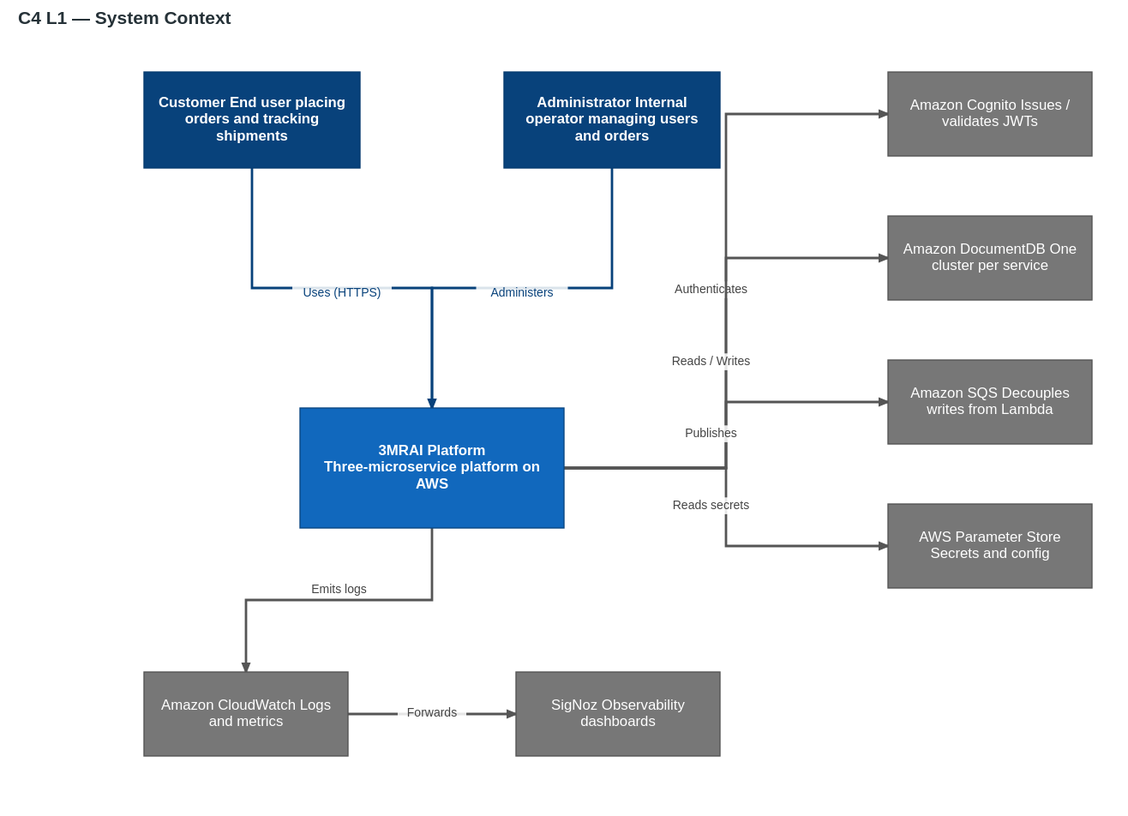
Earlier version of the draw.io export docs/00-overview/diagrams/system-context-l1.drawio.svg (je-martinez/3-microservices-running-on-aws-infrastructure). Source tidied: cells renumbered, new cells last; positions are measured from the earlier drawing's top-left corner, leaving out a move shared by most shapes.
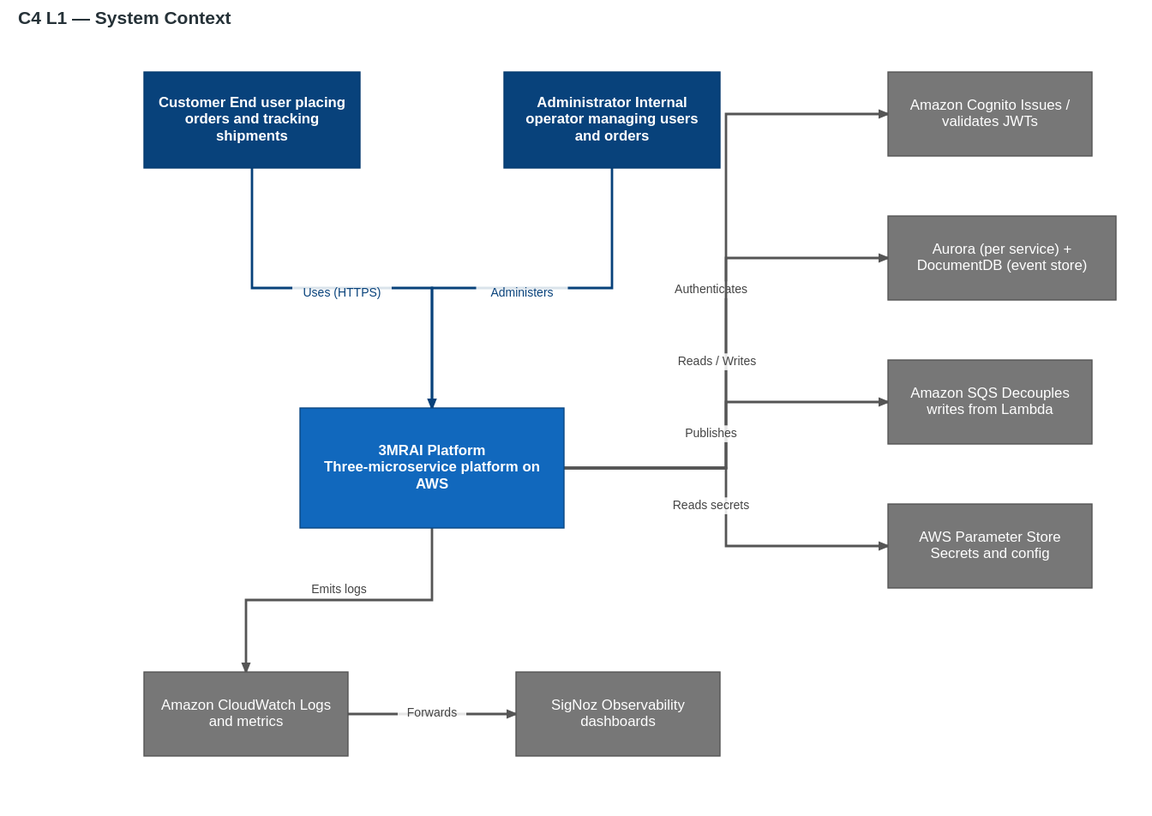
After the commit.

Commit message:
docs(vault): fix per-service stacks and persistence in overview

Diff of the diagram source:
```diff
@@ -14,8 +14,8 @@
     <mxCell id="5" value="Amazon Cognito&#10;Issues / validates JWTs" style="rounded=0;whiteSpace=wrap;html=1;fillColor=#777777;strokeColor=#555555;fontColor=#ffffff;" parent="1" vertex="1">
       <mxGeometry x="620" width="170" height="70" as="geometry" />
     </mxCell>
-    <mxCell id="6" value="Amazon DocumentDB&#10;One cluster per service" style="rounded=0;whiteSpace=wrap;html=1;fillColor=#777777;strokeColor=#555555;fontColor=#ffffff;" parent="1" vertex="1">
-      <mxGeometry x="620" y="120" width="170" height="70" as="geometry" />
+    <mxCell id="6" value="Aurora (per service)&#10;+ DocumentDB (event store)" style="rounded=0;whiteSpace=wrap;html=1;fillColor=#777777;strokeColor=#555555;fontColor=#ffffff;" parent="1" vertex="1">
+      <mxGeometry x="620" y="120" width="190" height="70" as="geometry" />
     </mxCell>
     <mxCell id="7" value="Amazon SQS&#10;Decouples writes from Lambda" style="rounded=0;whiteSpace=wrap;html=1;fillColor=#777777;strokeColor=#555555;fontColor=#ffffff;" parent="1" vertex="1">
       <mxGeometry x="620" y="240" width="170" height="70" as="geometry" />
```
